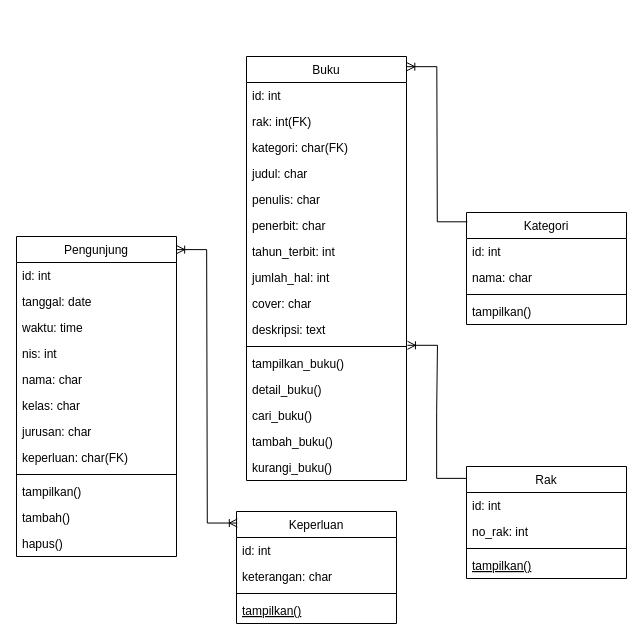
Above: Class-Diagram-Perpus-Digital.drawio in ditanursabila/Perpus_Digital (draw.io), before the change. Source tidied: cells renumbered, new cells numbered last; positions are measured from the earlier drawing's top-left corner, leaving out a move shared by most shapes. Both pictures are drawn from the tidied source at 100%, with x=0, y=0 at pixel (16, 56).
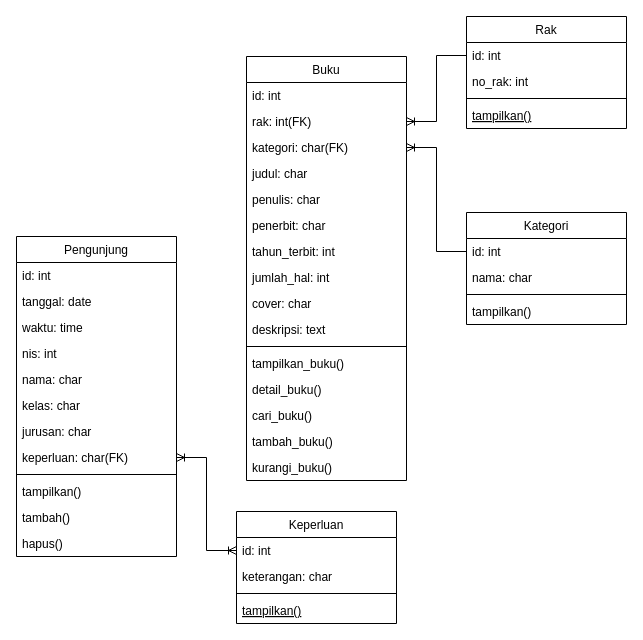
After the change.

The change refers to these unchanged cells:
```xml
<mxCell id="2" value="Pengunjung" style="swimlane;fontStyle=0;align=center;verticalAlign=top;horizontal=1;startSize=26;rounded=0;shadow=0;strokeWidth=1;" parent="1" vertex="1">
  <mxGeometry y="180" width="160" height="320" as="geometry" />
</mxCell>
<mxCell id="10" value="keperluan: char(FK)" style="text;align=left;verticalAlign=top;spacingLeft=4;spacingRight=4;overflow=hidden;points=[[0,0.5],[1,0.5]];portConstraint=eastwest;rounded=0;shadow=0;html=0;" parent="2" vertex="1">
  <mxGeometry y="208" width="160" height="26" as="geometry" />
</mxCell>
<mxCell id="16" value="id: int" style="text;align=left;verticalAlign=top;spacingLeft=4;spacingRight=4;overflow=hidden;points=[[0,0.5],[1,0.5]];portConstraint=eastwest;" parent="15" vertex="1">
  <mxGeometry y="26" width="160" height="26" as="geometry" />
</mxCell>
<mxCell id="20" value="Kategori" style="swimlane;fontStyle=0;align=center;verticalAlign=top;horizontal=1;startSize=26;rounded=0;shadow=0;strokeWidth=1;" parent="1" vertex="1">
  <mxGeometry x="450" y="156" width="160" height="112" as="geometry" />
</mxCell>
<mxCell id="21" value="id: int" style="text;align=left;verticalAlign=top;spacingLeft=4;spacingRight=4;overflow=hidden;points=[[0,0.5],[1,0.5]];portConstraint=eastwest;" parent="20" vertex="1">
  <mxGeometry y="26" width="160" height="26" as="geometry" />
</mxCell>
<mxCell id="25" value="Buku" style="swimlane;fontStyle=0;align=center;verticalAlign=top;horizontal=1;startSize=26;rounded=0;shadow=0;strokeWidth=1;" parent="1" vertex="1">
  <mxGeometry x="230" width="160" height="424" as="geometry" />
</mxCell>
<mxCell id="27" value="rak: int(FK)" style="text;align=left;verticalAlign=top;spacingLeft=4;spacingRight=4;overflow=hidden;points=[[0,0.5],[1,0.5]];portConstraint=eastwest;rounded=0;shadow=0;html=0;" parent="25" vertex="1">
  <mxGeometry y="52" width="160" height="26" as="geometry" />
</mxCell>
<mxCell id="28" value="kategori: char(FK)" style="text;align=left;verticalAlign=top;spacingLeft=4;spacingRight=4;overflow=hidden;points=[[0,0.5],[1,0.5]];portConstraint=eastwest;rounded=0;shadow=0;html=0;" parent="25" vertex="1">
  <mxGeometry y="78" width="160" height="26" as="geometry" />
</mxCell>
<mxCell id="37" value="tampilkan_buku()" style="text;align=left;verticalAlign=top;spacingLeft=4;spacingRight=4;overflow=hidden;points=[[0,0.5],[1,0.5]];portConstraint=eastwest;" parent="25" vertex="1">
  <mxGeometry y="294" width="160" height="26" as="geometry" />
</mxCell>
<mxCell id="42" value="Keperluan" style="swimlane;fontStyle=0;align=center;verticalAlign=top;horizontal=1;startSize=26;rounded=0;shadow=0;strokeWidth=1;" parent="1" vertex="1">
  <mxGeometry x="220" y="455" width="160" height="112" as="geometry" />
</mxCell>
<mxCell id="43" value="id: int" style="text;align=left;verticalAlign=top;spacingLeft=4;spacingRight=4;overflow=hidden;points=[[0,0.5],[1,0.5]];portConstraint=eastwest;" parent="42" vertex="1">
  <mxGeometry y="26" width="160" height="26" as="geometry" />
</mxCell>
```

The edit, as a diff of the source:
```diff
@@
     <mxCell id="15" value="Rak" style="swimlane;fontStyle=0;align=center;verticalAlign=top;horizontal=1;startSize=26;rounded=0;shadow=0;strokeWidth=1;" parent="1" vertex="1">
-      <mxGeometry x="450" y="410" width="160" height="112" as="geometry" />
+      <mxGeometry x="450" y="-40" width="160" height="112" as="geometry" />
     </mxCell>
@@
-    <mxCell id="47" style="edgeStyle=entityRelationEdgeStyle;fontSize=12;html=1;endArrow=ERoneToMany;rounded=0;entryX=1.006;entryY=-0.2;entryDx=0;entryDy=0;exitX=0.001;exitY=0.106;exitDx=0;exitDy=0;exitPerimeter=0;entryPerimeter=0;" parent="1" edge="1" source="15" target="37">
+    <mxCell id="47" style="edgeStyle=entityRelationEdgeStyle;fontSize=12;html=1;endArrow=ERoneToMany;rounded=0;entryX=1;entryY=0.5;entryDx=0;entryDy=0;exitX=0;exitY=0.5;exitDx=0;exitDy=0;" parent="1" edge="1" source="16" target="27">
       <mxGeometry relative="1" as="geometry" />
     </mxCell>
-    <mxCell id="48" style="edgeStyle=entityRelationEdgeStyle;fontSize=12;html=1;endArrow=ERoneToMany;startArrow=ERoneToMany;rounded=0;entryX=0.005;entryY=0.103;entryDx=0;entryDy=0;entryPerimeter=0;exitX=1.001;exitY=0.041;exitDx=0;exitDy=0;exitPerimeter=0;" parent="1" edge="1" source="2" target="42">
+    <mxCell id="48" style="edgeStyle=entityRelationEdgeStyle;fontSize=12;html=1;endArrow=ERoneToMany;startArrow=ERoneToMany;rounded=0;entryX=0;entryY=0.5;entryDx=0;entryDy=0;exitX=1;exitY=0.5;exitDx=0;exitDy=0;" parent="1" edge="1" source="10" target="43">
       <mxGeometry relative="1" as="geometry" />
     </mxCell>
-    <mxCell id="49" style="edgeStyle=entityRelationEdgeStyle;fontSize=12;html=1;endArrow=ERoneToMany;rounded=0;entryX=1.002;entryY=0.024;entryDx=0;entryDy=0;exitX=0.005;exitY=0.083;exitDx=0;exitDy=0;exitPerimeter=0;entryPerimeter=0;" parent="1" edge="1" source="20" target="25">
+    <mxCell id="49" style="edgeStyle=entityRelationEdgeStyle;fontSize=12;html=1;endArrow=ERoneToMany;rounded=0;entryX=1;entryY=0.5;entryDx=0;entryDy=0;exitX=0;exitY=0.5;exitDx=0;exitDy=0;" parent="1" edge="1" source="21" target="28">
       <mxGeometry relative="1" as="geometry" />
     </mxCell>
```
